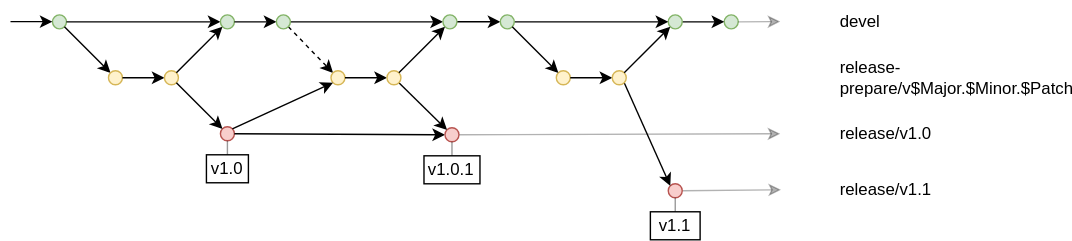
Earlier version of the draw.io export docs/img/release.svg (alasca-association/tarook). Source tidied: cells renumbered, new cells last; positions are measured from the earlier drawing's top-left corner, leaving out a move shared by most shapes. Its diagram source:
```xml
<mxGraphModel background="#ffffff">
  <root>
    <mxCell id="0" />
    <mxCell id="1" parent="0" />
    <mxCell id="2" style="ellipse;whiteSpace=wrap;html=1;fillColor=#d5e8d4;strokeColor=#82b366;" parent="1" vertex="1">
      <mxGeometry x="30" y="10" width="10" height="10" as="geometry" />
    </mxCell>
    <mxCell id="3" style="endArrow=classic;html=1;rounded=0;exitX=1;exitY=0.5;exitDx=0;exitDy=0;entryX=0;entryY=0.5;entryDx=0;entryDy=0;" parent="1" edge="1" source="2" target="4">
      <mxGeometry relative="1" as="geometry" />
    </mxCell>
    <mxCell id="4" style="ellipse;whiteSpace=wrap;html=1;fillColor=#d5e8d4;strokeColor=#82b366;" parent="1" vertex="1">
      <mxGeometry x="150" y="10" width="10" height="10" as="geometry" />
    </mxCell>
    <mxCell id="5" style="endArrow=classic;html=1;rounded=0;exitX=1;exitY=0.5;exitDx=0;exitDy=0;entryX=0;entryY=0.5;entryDx=0;entryDy=0;" parent="1" edge="1">
      <mxGeometry relative="1" as="geometry">
        <mxPoint y="14.9" as="sourcePoint" />
        <mxPoint x="30" y="14.9" as="targetPoint" />
      </mxGeometry>
    </mxCell>
    <mxCell id="6" style="ellipse;whiteSpace=wrap;html=1;fillColor=#f8cecc;strokeColor=#b85450;" parent="1" vertex="1">
      <mxGeometry x="150" y="90" width="10" height="10" as="geometry" />
    </mxCell>
    <mxCell id="7" value="v1.0" style="rounded=0;whiteSpace=wrap;html=1;" parent="1" vertex="1">
      <mxGeometry x="140" y="110" width="30" height="20" as="geometry" />
    </mxCell>
    <mxCell id="8" style="endArrow=none;html=1;rounded=0;exitX=0.5;exitY=1;exitDx=0;exitDy=0;opacity=40;" parent="1" edge="1" source="6">
      <mxGeometry relative="1" as="geometry">
        <mxPoint x="155" y="110" as="targetPoint" />
      </mxGeometry>
    </mxCell>
    <mxCell id="9" value="&lt;div&gt;devel&lt;/div&gt;" style="text;html=1;strokeColor=none;fillColor=none;align=left;verticalAlign=middle;whiteSpace=wrap;rounded=0;" parent="1" vertex="1">
      <mxGeometry x="590.5" width="60" height="30" as="geometry" />
    </mxCell>
    <mxCell id="10" value="release/v1.0" style="text;html=1;strokeColor=none;fillColor=none;align=left;verticalAlign=middle;whiteSpace=wrap;rounded=0;" parent="1" vertex="1">
      <mxGeometry x="590.5" y="80" width="70" height="30" as="geometry" />
    </mxCell>
    <mxCell id="11" style="endArrow=classic;html=1;rounded=0;exitX=1;exitY=0.5;exitDx=0;exitDy=0;opacity=30;endFill=1;" parent="1" edge="1" source="18">
      <mxGeometry relative="1" as="geometry">
        <mxPoint x="550" y="95" as="targetPoint" />
      </mxGeometry>
    </mxCell>
    <mxCell id="12" style="endArrow=classic;html=1;rounded=0;entryX=0;entryY=0;entryDx=0;entryDy=0;exitX=1;exitY=1;exitDx=0;exitDy=0;" parent="1" edge="1" source="2" target="37">
      <mxGeometry relative="1" as="geometry" />
    </mxCell>
    <mxCell id="13" style="endArrow=classic;html=1;rounded=0;exitX=1;exitY=0.5;exitDx=0;exitDy=0;entryX=0;entryY=0.5;entryDx=0;entryDy=0;" parent="1" edge="1" source="24" target="15">
      <mxGeometry relative="1" as="geometry" />
    </mxCell>
    <mxCell id="14" style="edgeStyle=orthogonalEdgeStyle;rounded=0;jettySize=auto;html=1;" parent="1" edge="1" source="15" target="36">
      <mxGeometry relative="1" as="geometry" />
    </mxCell>
    <mxCell id="15" style="ellipse;whiteSpace=wrap;html=1;fillColor=#d5e8d4;strokeColor=#82b366;" parent="1" vertex="1">
      <mxGeometry x="309" y="10" width="10" height="10" as="geometry" />
    </mxCell>
    <mxCell id="16" style="endArrow=classic;html=1;rounded=0;entryX=0;entryY=0;entryDx=0;entryDy=0;exitX=1;exitY=1;exitDx=0;exitDy=0;dashed=1;" parent="1" edge="1" source="24" target="40">
      <mxGeometry relative="1" as="geometry" />
    </mxCell>
    <mxCell id="17" style="endArrow=classic;html=1;rounded=0;exitX=1;exitY=0.5;exitDx=0;exitDy=0;endFill=1;" parent="1" edge="1" source="6" target="18">
      <mxGeometry relative="1" as="geometry" />
    </mxCell>
    <mxCell id="18" style="ellipse;whiteSpace=wrap;html=1;fillColor=#f8cecc;strokeColor=#b85450;" parent="1" vertex="1">
      <mxGeometry x="310.5" y="90.7" width="10" height="10" as="geometry" />
    </mxCell>
    <mxCell id="19" style="endArrow=classic;html=1;rounded=0;entryX=0;entryY=0;entryDx=0;entryDy=0;exitX=1;exitY=1;exitDx=0;exitDy=0;" parent="1" edge="1" source="42" target="18">
      <mxGeometry relative="1" as="geometry" />
    </mxCell>
    <mxCell id="20" value="v1.0.1" style="rounded=0;whiteSpace=wrap;html=1;" parent="1" vertex="1">
      <mxGeometry x="295.5" y="110.7" width="40" height="20" as="geometry" />
    </mxCell>
    <mxCell id="21" style="endArrow=none;html=1;rounded=0;exitX=0.5;exitY=1;exitDx=0;exitDy=0;opacity=40;" parent="1" edge="1">
      <mxGeometry relative="1" as="geometry">
        <mxPoint x="315.5" y="100.7" as="sourcePoint" />
        <mxPoint x="315.5" y="110.7" as="targetPoint" />
      </mxGeometry>
    </mxCell>
    <mxCell id="22" value="release-prepare/v$Major.$Minor.$Patch" style="text;html=1;strokeColor=none;fillColor=none;align=left;verticalAlign=middle;whiteSpace=wrap;rounded=0;" parent="1" vertex="1">
      <mxGeometry x="590.5" y="40" width="89.5" height="30" as="geometry" />
    </mxCell>
    <mxCell id="23" style="endArrow=classic;html=1;rounded=0;exitX=1;exitY=0.5;exitDx=0;exitDy=0;entryX=0;entryY=0.5;entryDx=0;entryDy=0;" parent="1" edge="1" source="4" target="24">
      <mxGeometry relative="1" as="geometry" />
    </mxCell>
    <mxCell id="24" style="ellipse;whiteSpace=wrap;html=1;fillColor=#d5e8d4;strokeColor=#82b366;" parent="1" vertex="1">
      <mxGeometry x="190" y="10" width="10" height="10" as="geometry" />
    </mxCell>
    <mxCell id="25" style="ellipse;whiteSpace=wrap;html=1;fillColor=#d5e8d4;strokeColor=#82b366;" parent="1" vertex="1">
      <mxGeometry x="510" y="10" width="10" height="10" as="geometry" />
    </mxCell>
    <mxCell id="26" style="endArrow=classic;html=1;rounded=0;exitX=1;exitY=0.5;exitDx=0;exitDy=0;entryX=0;entryY=0.5;entryDx=0;entryDy=0;" parent="1" edge="1" target="25">
      <mxGeometry relative="1" as="geometry">
        <mxPoint x="480" y="15" as="sourcePoint" />
      </mxGeometry>
    </mxCell>
    <mxCell id="27" style="endArrow=classic;html=1;rounded=0;exitX=1;exitY=0.5;exitDx=0;exitDy=0;opacity=30;endFill=1;" parent="1" edge="1" source="30">
      <mxGeometry relative="1" as="geometry">
        <mxPoint x="550.5" y="135" as="targetPoint" />
      </mxGeometry>
    </mxCell>
    <mxCell id="28" style="endArrow=classic;html=1;rounded=0;exitX=1;exitY=0.5;exitDx=0;exitDy=0;opacity=30;" parent="1" edge="1" source="25">
      <mxGeometry relative="1" as="geometry">
        <mxPoint x="550" y="14.8" as="targetPoint" />
      </mxGeometry>
    </mxCell>
    <mxCell id="29" style="ellipse;whiteSpace=wrap;html=1;fillColor=#d5e8d4;strokeColor=#82b366;" parent="1" vertex="1">
      <mxGeometry x="470" y="10" width="10" height="10" as="geometry" />
    </mxCell>
    <mxCell id="30" style="ellipse;whiteSpace=wrap;html=1;fillColor=#f8cecc;strokeColor=#b85450;" parent="1" vertex="1">
      <mxGeometry x="470" y="130.7" width="10" height="10" as="geometry" />
    </mxCell>
    <mxCell id="31" style="endArrow=classic;html=1;rounded=0;entryX=0;entryY=0;entryDx=0;entryDy=0;exitX=1;exitY=1;exitDx=0;exitDy=0;" parent="1" edge="1" source="45" target="30">
      <mxGeometry relative="1" as="geometry" />
    </mxCell>
    <mxCell id="32" value="&lt;div&gt;v1.1&lt;/div&gt;" style="rounded=0;whiteSpace=wrap;html=1;" parent="1" vertex="1">
      <mxGeometry x="457.2" y="150.7" width="35.5" height="20" as="geometry" />
    </mxCell>
    <mxCell id="33" style="endArrow=none;html=1;rounded=0;exitX=0.5;exitY=1;exitDx=0;exitDy=0;opacity=40;" parent="1" edge="1" source="30">
      <mxGeometry relative="1" as="geometry">
        <mxPoint x="475" y="150.7" as="targetPoint" />
      </mxGeometry>
    </mxCell>
    <mxCell id="34" value="release/v1.1" style="text;html=1;strokeColor=none;fillColor=none;align=left;verticalAlign=middle;whiteSpace=wrap;rounded=0;" parent="1" vertex="1">
      <mxGeometry x="590.5" y="120" width="70" height="30" as="geometry" />
    </mxCell>
    <mxCell id="35" style="edgeStyle=orthogonalEdgeStyle;rounded=0;jettySize=auto;html=1;entryX=0;entryY=0.5;entryDx=0;entryDy=0;" parent="1" edge="1" source="36" target="29">
      <mxGeometry relative="1" as="geometry" />
    </mxCell>
    <mxCell id="36" style="ellipse;whiteSpace=wrap;html=1;fillColor=#d5e8d4;strokeColor=#82b366;" parent="1" vertex="1">
      <mxGeometry x="350" y="10" width="10" height="10" as="geometry" />
    </mxCell>
    <mxCell id="37" style="ellipse;whiteSpace=wrap;html=1;fillColor=#fff2cc;strokeColor=#d6b656;" parent="1" vertex="1">
      <mxGeometry x="70" y="50" width="10" height="10" as="geometry" />
    </mxCell>
    <mxCell id="38" style="endArrow=classic;html=1;rounded=0;entryX=0;entryY=0.5;entryDx=0;entryDy=0;exitX=1;exitY=0.5;exitDx=0;exitDy=0;" parent="1" edge="1" source="37" target="39">
      <mxGeometry relative="1" as="geometry" />
    </mxCell>
    <mxCell id="39" style="ellipse;whiteSpace=wrap;html=1;fillColor=#fff2cc;strokeColor=#d6b656;" parent="1" vertex="1">
      <mxGeometry x="110" y="50" width="10" height="10" as="geometry" />
    </mxCell>
    <mxCell id="40" style="ellipse;whiteSpace=wrap;html=1;fillColor=#fff2cc;strokeColor=#d6b656;" parent="1" vertex="1">
      <mxGeometry x="229" y="50" width="10" height="10" as="geometry" />
    </mxCell>
    <mxCell id="41" style="endArrow=classic;html=1;rounded=0;entryX=0;entryY=0.5;entryDx=0;entryDy=0;exitX=1;exitY=0.5;exitDx=0;exitDy=0;" parent="1" edge="1" source="40" target="42">
      <mxGeometry relative="1" as="geometry" />
    </mxCell>
    <mxCell id="42" style="ellipse;whiteSpace=wrap;html=1;fillColor=#fff2cc;strokeColor=#d6b656;" parent="1" vertex="1">
      <mxGeometry x="269" y="50" width="10" height="10" as="geometry" />
    </mxCell>
    <mxCell id="43" style="ellipse;whiteSpace=wrap;html=1;fillColor=#fff2cc;strokeColor=#d6b656;" parent="1" vertex="1">
      <mxGeometry x="390" y="50" width="10" height="10" as="geometry" />
    </mxCell>
    <mxCell id="44" style="endArrow=classic;html=1;rounded=0;entryX=0;entryY=0.5;entryDx=0;entryDy=0;exitX=1;exitY=0.5;exitDx=0;exitDy=0;" parent="1" edge="1" source="43" target="45">
      <mxGeometry relative="1" as="geometry" />
    </mxCell>
    <mxCell id="45" style="ellipse;whiteSpace=wrap;html=1;fillColor=#fff2cc;strokeColor=#d6b656;" parent="1" vertex="1">
      <mxGeometry x="430" y="50" width="10" height="10" as="geometry" />
    </mxCell>
    <mxCell id="46" style="endArrow=classic;html=1;rounded=0;entryX=0;entryY=0;entryDx=0;entryDy=0;exitX=1;exitY=1;exitDx=0;exitDy=0;" parent="1" edge="1" source="39" target="6">
      <mxGeometry relative="1" as="geometry" />
    </mxCell>
    <mxCell id="47" style="endArrow=classic;html=1;rounded=0;entryX=0;entryY=1;entryDx=0;entryDy=0;exitX=1;exitY=0;exitDx=0;exitDy=0;" parent="1" edge="1" source="6" target="40">
      <mxGeometry relative="1" as="geometry" />
    </mxCell>
    <mxCell id="48" style="endArrow=classic;html=1;rounded=0;entryX=0;entryY=0;entryDx=0;entryDy=0;exitX=1;exitY=1;exitDx=0;exitDy=0;" parent="1" edge="1" source="36" target="43">
      <mxGeometry relative="1" as="geometry" />
    </mxCell>
    <mxCell id="49" style="endArrow=classic;html=1;rounded=0;entryX=0;entryY=1;entryDx=0;entryDy=0;exitX=1;exitY=0;exitDx=0;exitDy=0;" parent="1" edge="1" source="39" target="4">
      <mxGeometry relative="1" as="geometry" />
    </mxCell>
    <mxCell id="50" style="endArrow=classic;html=1;rounded=0;entryX=0;entryY=1;entryDx=0;entryDy=0;exitX=1;exitY=0;exitDx=0;exitDy=0;" parent="1" edge="1" source="42" target="15">
      <mxGeometry relative="1" as="geometry" />
    </mxCell>
    <mxCell id="51" style="endArrow=classic;html=1;rounded=0;entryX=0;entryY=1;entryDx=0;entryDy=0;exitX=1;exitY=0;exitDx=0;exitDy=0;" parent="1" edge="1" source="45" target="29">
      <mxGeometry relative="1" as="geometry" />
    </mxCell>
  </root>
</mxGraphModel>
```
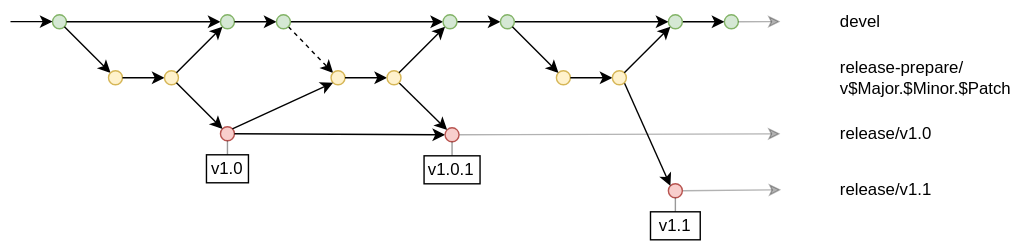
The same diagram one commit later.

Diff of the diagram source:
```diff
@@ -72,8 +72,8 @@
         <mxPoint x="315.5" y="110.7" as="targetPoint" />
       </mxGeometry>
     </mxCell>
-    <mxCell id="22" value="release-prepare/v$Major.$Minor.$Patch" style="text;html=1;strokeColor=none;fillColor=none;align=left;verticalAlign=middle;whiteSpace=wrap;rounded=0;" parent="1" vertex="1">
-      <mxGeometry x="590.5" y="40" width="89.5" height="30" as="geometry" />
+    <mxCell id="22" value="&lt;div&gt;release-prepare/&lt;/div&gt;&lt;div&gt;v$Major.$Minor.$Patch&lt;/div&gt;" style="text;html=1;strokeColor=none;fillColor=none;align=left;verticalAlign=middle;whiteSpace=wrap;rounded=0;" parent="1" vertex="1">
+      <mxGeometry x="590.5" y="40" width="139.5" height="30" as="geometry" />
     </mxCell>
     <mxCell id="23" style="endArrow=classic;html=1;rounded=0;exitX=1;exitY=0.5;exitDx=0;exitDy=0;entryX=0;entryY=0.5;entryDx=0;entryDy=0;" parent="1" edge="1" source="4" target="24">
       <mxGeometry relative="1" as="geometry" />
```
